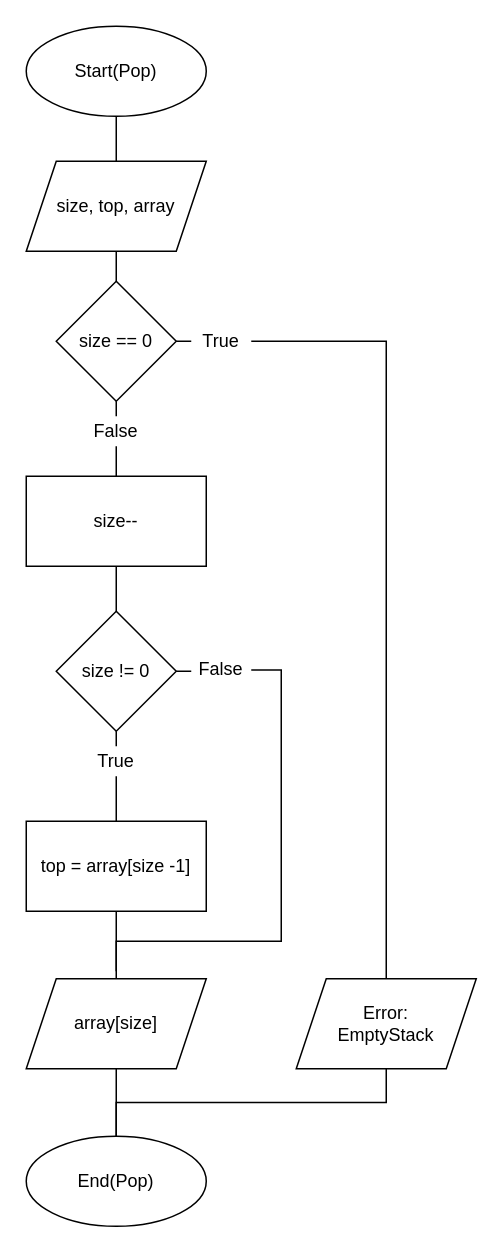
Earlier version of the draw.io diagram page "Stack.Pop" (4 of 6) of lab6/diagram.drawio (MrTimeGo/ads-petselia-kp01). Source tidied: cells renumbered, new cells numbered last; positions are measured from the earlier drawing's top-left corner, leaving out a move shared by most shapes. Both pictures are drawn from the tidied source at 150%, with x=0, y=0 at pixel (26, 26).
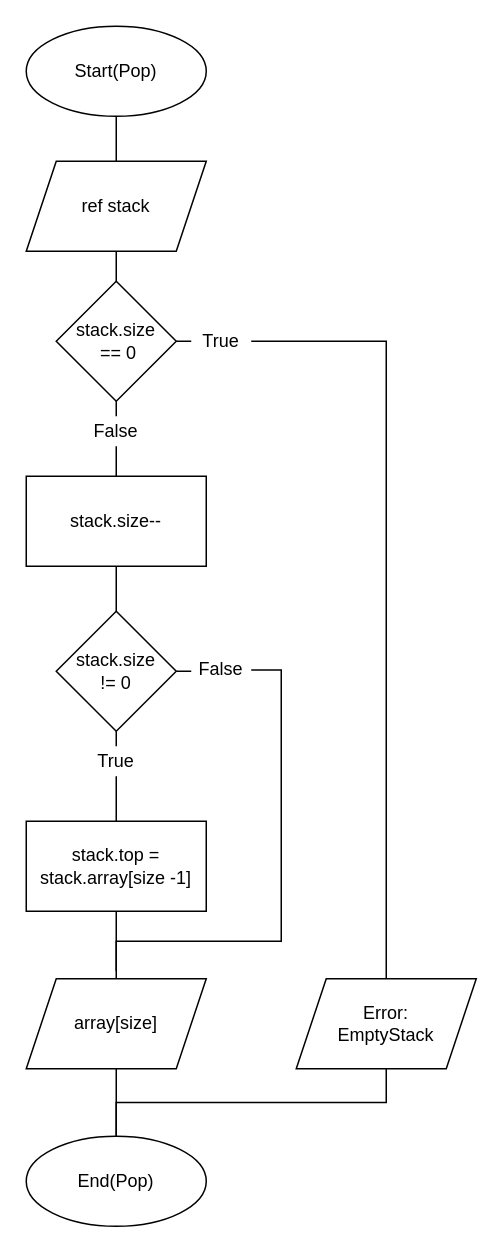
After the change.

What changed in the source:
```diff
@@
-    <mxCell id="5" value="size, top, array" style="shape=parallelogram;perimeter=parallelogramPerimeter;whiteSpace=wrap;html=1;fixedSize=1;" parent="1" vertex="1">
+    <mxCell id="5" value="ref stack" style="shape=parallelogram;perimeter=parallelogramPerimeter;whiteSpace=wrap;html=1;fixedSize=1;" parent="1" vertex="1">
       <mxGeometry y="90" width="120" height="60" as="geometry" />
     </mxCell>
@@
-    <mxCell id="7" value="size--" style="rounded=0;whiteSpace=wrap;html=1;" parent="1" vertex="1">
+    <mxCell id="7" value="stack.size--" style="rounded=0;whiteSpace=wrap;html=1;" parent="1" vertex="1">
       <mxGeometry y="300" width="120" height="60" as="geometry" />
     </mxCell>
@@
-    <mxCell id="10" value="size != 0" style="rhombus;whiteSpace=wrap;html=1;" parent="1" vertex="1">
+    <mxCell id="10" value="stack.size &lt;br&gt;!= 0" style="rhombus;whiteSpace=wrap;html=1;" parent="1" vertex="1">
       <mxGeometry x="20" y="390" width="80" height="80" as="geometry" />
     </mxCell>
@@
-    <mxCell id="14" value="top = array[size -1]" style="rounded=0;whiteSpace=wrap;html=1;" parent="1" vertex="1">
+    <mxCell id="14" value="stack.top = &lt;br&gt;stack.array[size -1]" style="rounded=0;whiteSpace=wrap;html=1;" parent="1" vertex="1">
       <mxGeometry y="530" width="120" height="60" as="geometry" />
     </mxCell>
@@
-    <mxCell id="22" value="size == 0" style="rhombus;whiteSpace=wrap;html=1;" parent="1" vertex="1">
+    <mxCell id="22" value="stack.size&lt;br&gt;&amp;nbsp;== 0" style="rhombus;whiteSpace=wrap;html=1;" parent="1" vertex="1">
       <mxGeometry x="20" y="170" width="80" height="80" as="geometry" />
     </mxCell>
```
